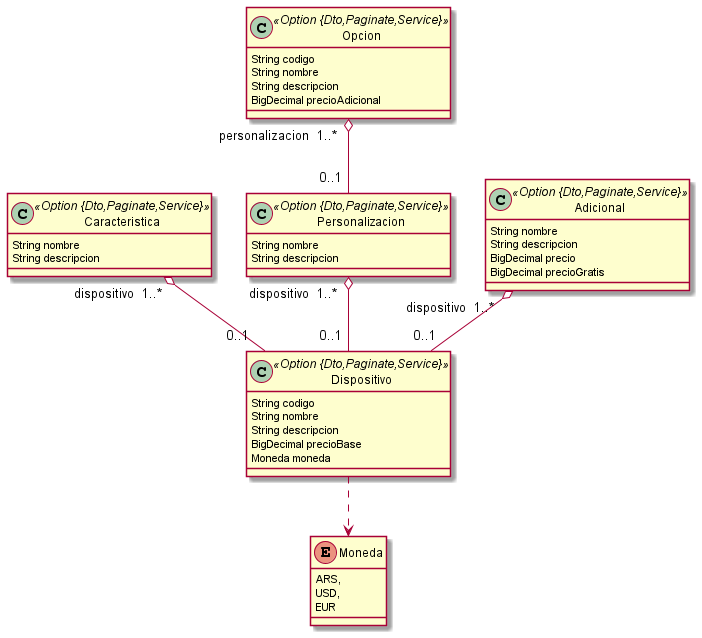
This is jhipster-jdl.png from um-programacion-ii/2024-backend-franespinola, a PlantUML export, as it was before one commit.
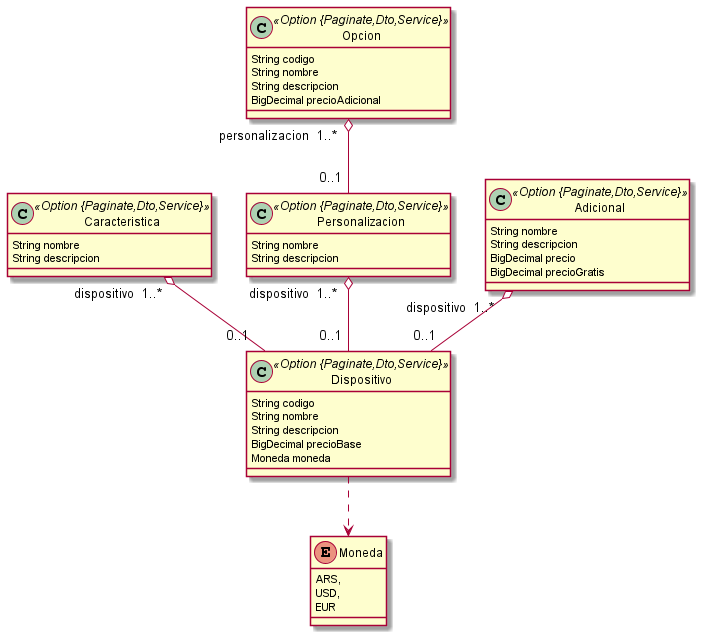
After the commit.

Diff of the diagram source:
```diff
@@ -1,6 +1,6 @@
 @startuml
 	!pragma syntax class
-	class Dispositivo <<Option {Dto,Paginate,Service}>> {
+	class Dispositivo <<Option {Paginate,Dto,Service}>> {
 		String codigo
 		String nombre
 		String descripcion
@@ -8,21 +8,21 @@
 		Moneda moneda
 	}
 	Dispositivo ..> Moneda
-	class Caracteristica <<Option {Dto,Paginate,Service}>> {
+	class Caracteristica <<Option {Paginate,Dto,Service}>> {
 		String nombre
 		String descripcion
 	}
-	class Personalizacion <<Option {Dto,Paginate,Service}>> {
+	class Personalizacion <<Option {Paginate,Dto,Service}>> {
 		String nombre
 		String descripcion
 	}
-	class Opcion <<Option {Dto,Paginate,Service}>> {
+	class Opcion <<Option {Paginate,Dto,Service}>> {
 		String codigo
 		String nombre
 		String descripcion
 		BigDecimal precioAdicional
 	}
-	class Adicional <<Option {Dto,Paginate,Service}>> {
+	class Adicional <<Option {Paginate,Dto,Service}>> {
 		String nombre
 		String descripcion
 		BigDecimal precio
```
